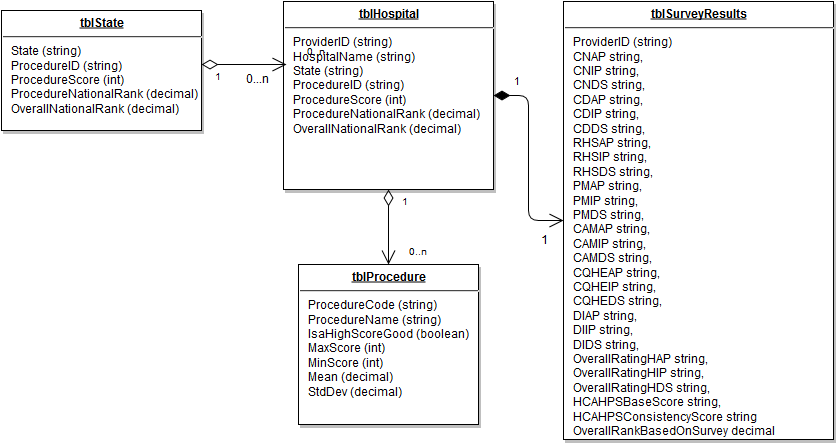
Before: loading_and_modeling/sriram-w205-exercise1_ERD.png, a diagram exported from draw.io (sriramrao1/exercise_1). Source tidied: cells renumbered, new cells last; positions are measured from the earlier drawing's top-left corner, leaving out a move shared by most shapes.
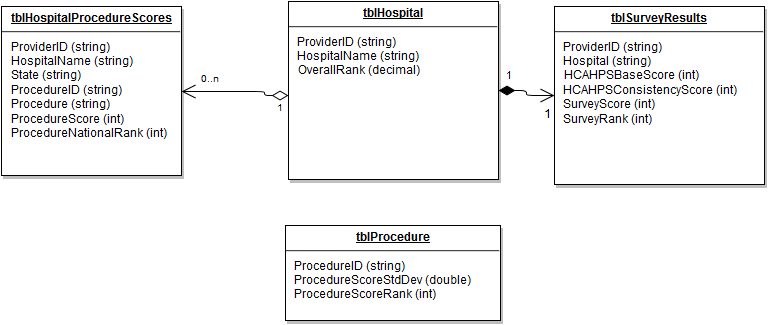
The same diagram one commit later.

The edit, as a diff of the source:
```diff
@@ -2,31 +2,18 @@
   <root>
     <mxCell id="0" style="html=1;" />
     <mxCell id="1" style="html=1;" parent="0" />
-    <mxCell id="2" value="&lt;p style=&quot;margin: 0px ; margin-top: 4px ; text-align: center ; text-decoration: underline&quot;&gt;&lt;strong&gt;tblState&lt;br&gt;&lt;/strong&gt;&lt;/p&gt;&lt;hr&gt;&lt;p style=&quot;margin: 0px ; margin-left: 8px&quot;&gt;State (string)&lt;/p&gt;&lt;p style=&quot;margin: 0px ; margin-left: 8px&quot;&gt;ProcedureID (string)&lt;/p&gt;&lt;p style=&quot;margin: 0px ; margin-left: 8px&quot;&gt;ProcedureScore (int)&lt;/p&gt;&lt;p style=&quot;margin: 0px ; margin-left: 8px&quot;&gt;ProcedureNationalRank (decimal)&lt;/p&gt;&lt;p style=&quot;margin: 0px ; margin-left: 8px&quot;&gt;OverallNationalRank (decimal)&lt;br&gt;&lt;/p&gt;&lt;br&gt;&lt;p&gt;&lt;br&gt;&lt;/p&gt;" style="verticalAlign=top;align=left;overflow=fill;fontSize=12;fontFamily=Helvetica;html=1;strokeColor=#000000;shadow=1;fillColor=#FFFFFF;fontColor=#000000;" parent="1" vertex="1">
-      <mxGeometry y="9" width="200" height="120" as="geometry" />
+    <mxCell id="2" value="&lt;p style=&quot;margin: 0px ; margin-top: 4px ; text-align: center ; text-decoration: underline&quot;&gt;&lt;strong&gt;tblHospitalProcedureScores&lt;br&gt;&lt;/strong&gt;&lt;/p&gt;&lt;hr&gt;&amp;nbsp;&amp;nbsp; ProviderID (string)&lt;br&gt;&amp;nbsp;&amp;nbsp; HospitalName (string)&lt;br&gt;&amp;nbsp;&amp;nbsp; State (string)&lt;br&gt;&amp;nbsp;&amp;nbsp; ProcedureID (string)&lt;br&gt;&amp;nbsp;&amp;nbsp; Procedure (string)&lt;br&gt;&amp;nbsp;&amp;nbsp; ProcedureScore (int)&lt;br&gt;&amp;nbsp;&amp;nbsp; ProcedureNationalRank (int)&lt;br&gt;" style="verticalAlign=top;align=left;overflow=fill;fontSize=12;fontFamily=Helvetica;html=1;strokeColor=#000000;shadow=1;fillColor=#FFFFFF;fontColor=#000000;" parent="1" vertex="1">
+      <mxGeometry x="9" width="180" height="169" as="geometry" />
     </mxCell>
-    <mxCell id="3" value="&lt;p style=&quot;margin: 0px ; margin-top: 4px ; text-align: center ; text-decoration: underline&quot;&gt;&lt;strong&gt;tblSurveyResults&lt;br&gt;&lt;/strong&gt;&lt;/p&gt;&lt;hr&gt;&lt;p style=&quot;margin: 0px ; margin-left: 8px&quot;&gt;ProviderID (string)&lt;/p&gt;&lt;p style=&quot;margin: 0px ; margin-left: 8px&quot;&gt;CNAP string, &lt;br&gt;&lt;/p&gt;&lt;p style=&quot;margin: 0px ; margin-left: 8px&quot;&gt;CNIP string, &lt;br&gt;&lt;/p&gt;&lt;p style=&quot;margin: 0px ; margin-left: 8px&quot;&gt;CNDS string, &lt;br&gt;&lt;/p&gt;&lt;p style=&quot;margin: 0px ; margin-left: 8px&quot;&gt;CDAP string, &lt;br&gt;&lt;/p&gt;&lt;p style=&quot;margin: 0px ; margin-left: 8px&quot;&gt;CDIP string, &lt;br&gt;&lt;/p&gt;&lt;p style=&quot;margin: 0px ; margin-left: 8px&quot;&gt;CDDS string, &lt;br&gt;&lt;/p&gt;&lt;p style=&quot;margin: 0px ; margin-left: 8px&quot;&gt;RHSAP string, &lt;br&gt;&lt;/p&gt;&lt;p style=&quot;margin: 0px ; margin-left: 8px&quot;&gt;RHSIP string, &lt;br&gt;&lt;/p&gt;&lt;p style=&quot;margin: 0px ; margin-left: 8px&quot;&gt;RHSDS string, &lt;br&gt;&lt;/p&gt;&lt;p style=&quot;margin: 0px ; margin-left: 8px&quot;&gt;PMAP string, &lt;br&gt;&lt;/p&gt;&lt;p style=&quot;margin: 0px ; margin-left: 8px&quot;&gt;PMIP string, &lt;br&gt;&lt;/p&gt;&lt;p style=&quot;margin: 0px ; margin-left: 8px&quot;&gt;PMDS string, &lt;br&gt;&lt;/p&gt;&lt;p style=&quot;margin: 0px ; margin-left: 8px&quot;&gt;CAMAP string, &lt;br&gt;&lt;/p&gt;&lt;p style=&quot;margin: 0px ; margin-left: 8px&quot;&gt;CAMIP string, &lt;br&gt;&lt;/p&gt;&lt;p style=&quot;margin: 0px ; margin-left: 8px&quot;&gt;CAMDS string, &lt;br&gt;&lt;/p&gt;&lt;p style=&quot;margin: 0px ; margin-left: 8px&quot;&gt;CQHEAP string, &lt;br&gt;&lt;/p&gt;&lt;p style=&quot;margin: 0px ; margin-left: 8px&quot;&gt;CQHEIP string, &lt;br&gt;&lt;/p&gt;&lt;p style=&quot;margin: 0px ; margin-left: 8px&quot;&gt;CQHEDS string, &lt;br&gt;&lt;/p&gt;&lt;p style=&quot;margin: 0px ; margin-left: 8px&quot;&gt;DIAP string, &lt;br&gt;&lt;/p&gt;&lt;p style=&quot;margin: 0px ; margin-left: 8px&quot;&gt;DIIP string, &lt;br&gt;&lt;/p&gt;&lt;p style=&quot;margin: 0px ; margin-left: 8px&quot;&gt;DIDS string, &lt;br&gt;&lt;/p&gt;&lt;p style=&quot;margin: 0px ; margin-left: 8px&quot;&gt;OverallRatingHAP string, &lt;br&gt;&lt;/p&gt;&lt;p style=&quot;margin: 0px ; margin-left: 8px&quot;&gt;OverallRatingHIP string, &lt;br&gt;&lt;/p&gt;&lt;p style=&quot;margin: 0px ; margin-left: 8px&quot;&gt;OverallRatingHDS string, &lt;br&gt;&lt;/p&gt;&lt;p style=&quot;margin: 0px ; margin-left: 8px&quot;&gt;HCAHPSBaseScore string, &lt;br&gt;&lt;/p&gt;&lt;p style=&quot;margin: 0px ; margin-left: 8px&quot;&gt;HCAHPSConsistencyScore string&lt;/p&gt;&lt;p style=&quot;margin: 0px ; margin-left: 8px&quot;&gt;OverallRankBasedOnSurvey decimal&lt;br&gt;&lt;/p&gt;&lt;p style=&quot;margin: 0px ; margin-left: 8px&quot;&gt;&lt;br&gt;&lt;/p&gt;&lt;p style=&quot;margin: 0px ; margin-left: 8px&quot;&gt;&lt;br&gt;&lt;/p&gt;" style="verticalAlign=top;align=left;overflow=fill;fontSize=12;fontFamily=Helvetica;html=1;strokeColor=#000000;shadow=1;fillColor=#FFFFFF;fontColor=#000000;" parent="1" vertex="1">
-      <mxGeometry x="562" width="270" height="438" as="geometry" />
+    <mxCell id="3" value="&lt;p style=&quot;margin: 0px ; margin-top: 4px ; text-align: center ; text-decoration: underline&quot;&gt;&lt;strong&gt;tblSurveyResults&lt;br&gt;&lt;/strong&gt;&lt;/p&gt;&lt;hr&gt;&lt;p style=&quot;margin: 0px ; margin-left: 8px&quot;&gt;ProviderID (string)&lt;/p&gt;&lt;p style=&quot;margin: 0px ; margin-left: 8px&quot;&gt;Hospital (string)&lt;br&gt;&lt;/p&gt;&amp;nbsp;&amp;nbsp; HCAHPSBaseScore (int)&lt;br&gt;&lt;p style=&quot;margin: 0px ; margin-left: 8px&quot;&gt;HCAHPSConsistencyScore (int)&lt;/p&gt;&lt;p style=&quot;margin: 0px ; margin-left: 8px&quot;&gt;SurveyScore (int)&lt;br&gt;&lt;/p&gt;&lt;p style=&quot;margin: 0px ; margin-left: 8px&quot;&gt;SurveyRank (int)&lt;br&gt;&lt;/p&gt;&lt;p style=&quot;margin: 0px ; margin-left: 8px&quot;&gt;&lt;br&gt;&lt;/p&gt;&lt;p style=&quot;margin: 0px ; margin-left: 8px&quot;&gt;&lt;br&gt;&lt;/p&gt;" style="verticalAlign=top;align=left;overflow=fill;fontSize=12;fontFamily=Helvetica;html=1;strokeColor=#000000;shadow=1;fillColor=#FFFFFF;fontColor=#000000;" parent="1" vertex="1">
+      <mxGeometry x="562" width="210" height="178" as="geometry" />
     </mxCell>
-    <mxCell id="4" value="&lt;p style=&quot;margin: 0px ; margin-top: 4px ; text-align: center ; text-decoration: underline&quot;&gt;&lt;strong&gt;tblProcedure&lt;br&gt;&lt;/strong&gt;&lt;/p&gt;&lt;hr&gt;&lt;p style=&quot;margin: 0px ; margin-left: 8px&quot;&gt;ProcedureCode (string)&lt;br&gt;&lt;/p&gt;&lt;p style=&quot;margin: 0px ; margin-left: 8px&quot;&gt;ProcedureName (string)&lt;br&gt;&lt;/p&gt;&lt;p style=&quot;margin: 0px ; margin-left: 8px&quot;&gt;IsaHighScoreGood (boolean)&lt;br&gt;&lt;/p&gt;&lt;p style=&quot;margin: 0px ; margin-left: 8px&quot;&gt;MaxScore (int)&lt;br&gt;&lt;/p&gt;&lt;p style=&quot;margin: 0px ; margin-left: 8px&quot;&gt;MinScore (int)&lt;br&gt;&lt;/p&gt;&lt;p style=&quot;margin: 0px ; margin-left: 8px&quot;&gt;Mean (decimal)&lt;br&gt;&lt;/p&gt;&lt;p style=&quot;margin: 0px ; margin-left: 8px&quot;&gt;StdDev (decimal)&lt;br&gt;&lt;/p&gt;" style="verticalAlign=top;align=left;overflow=fill;fontSize=12;fontFamily=Helvetica;html=1;strokeColor=#000000;shadow=1;fillColor=#FFFFFF;fontColor=#000000;" parent="1" vertex="1">
-      <mxGeometry x="297" y="263" width="180" height="160" as="geometry" />
+    <mxCell id="4" value="&lt;p style=&quot;margin: 0px ; margin-top: 4px ; text-align: center ; text-decoration: underline&quot;&gt;&lt;strong&gt;tblProcedure&lt;br&gt;&lt;/strong&gt;&lt;/p&gt;&lt;hr&gt;&lt;p style=&quot;margin: 0px ; margin-left: 8px&quot;&gt;ProcedureID (string)&lt;br&gt;&lt;/p&gt;&lt;p style=&quot;margin: 0px ; margin-left: 8px&quot;&gt;ProcedureScoreStdDev (double)&lt;/p&gt;&lt;p style=&quot;margin: 0px ; margin-left: 8px&quot;&gt;ProcedureScoreRank (int)&lt;br&gt;&lt;/p&gt;&lt;br&gt;" style="verticalAlign=top;align=left;overflow=fill;fontSize=12;fontFamily=Helvetica;html=1;strokeColor=#000000;shadow=1;fillColor=#FFFFFF;fontColor=#000000;" parent="1" vertex="1">
+      <mxGeometry x="293" y="219" width="215" height="95" as="geometry" />
     </mxCell>
-    <mxCell id="5" value="&lt;p style=&quot;margin: 0px ; margin-top: 4px ; text-align: center ; text-decoration: underline&quot;&gt;&lt;strong&gt;tblHospital&lt;br&gt;&lt;/strong&gt;&lt;/p&gt;&lt;hr&gt;&lt;p style=&quot;margin: 0px ; margin-left: 8px&quot;&gt;ProviderID (string)&lt;br&gt;&lt;/p&gt;&lt;p style=&quot;margin: 0px ; margin-left: 8px&quot;&gt;HospitalName (string)&lt;br&gt;&lt;/p&gt;&lt;p style=&quot;margin: 0px ; margin-left: 8px&quot;&gt;State (string)&lt;br&gt;&lt;/p&gt;&lt;p style=&quot;margin: 0px ; margin-left: 8px&quot;&gt;ProcedureID (string)&lt;br&gt;&lt;/p&gt;&lt;p style=&quot;margin: 0px ; margin-left: 8px&quot;&gt;ProcedureScore (int)&lt;br&gt;&lt;/p&gt;&lt;p style=&quot;margin: 0px ; margin-left: 8px&quot;&gt;ProcedureNationalRank (decimal)&lt;br&gt;&lt;/p&gt;&lt;p style=&quot;margin: 0px ; margin-left: 8px&quot;&gt;OverallNationalRank (decimal)&lt;br&gt;&lt;br&gt;&lt;/p&gt;" style="verticalAlign=top;align=left;overflow=fill;fontSize=12;fontFamily=Helvetica;html=1;strokeColor=#000000;shadow=1;fillColor=#FFFFFF;fontColor=#000000;" parent="1" vertex="1">
-      <mxGeometry x="282" width="210" height="188" as="geometry" />
+    <mxCell id="5" value="&lt;p style=&quot;margin: 0px ; margin-top: 4px ; text-align: center ; text-decoration: underline&quot;&gt;&lt;strong&gt;tblHospital&lt;br&gt;&lt;/strong&gt;&lt;/p&gt;&lt;hr&gt;&lt;p style=&quot;margin: 0px ; margin-left: 8px&quot;&gt;ProviderID (string)&lt;br&gt;&lt;/p&gt;&lt;p style=&quot;margin: 0px ; margin-left: 8px&quot;&gt;HospitalName (string)&lt;br&gt;&lt;/p&gt;&amp;nbsp;&amp;nbsp; OverallRank (decimal)&lt;br&gt;&lt;p style=&quot;margin: 0px ; margin-left: 8px&quot;&gt;&lt;br&gt;&lt;/p&gt;" style="verticalAlign=top;align=left;overflow=fill;fontSize=12;fontFamily=Helvetica;html=1;strokeColor=#000000;shadow=1;fillColor=#FFFFFF;fontColor=#000000;" parent="1" vertex="1">
+      <mxGeometry x="296" y="-5" width="210" height="178" as="geometry" />
     </mxCell>
-    <mxCell id="6" style="endArrow=open;endSize=12;startArrow=diamondThin;startSize=14;startFill=0;edgeStyle=orthogonalEdgeStyle;html=1;" parent="1" edge="1" source="5" target="4">
-      <mxGeometry x="620" y="340" as="geometry" />
-    </mxCell>
-    <mxCell id="7" value="1" style="align=left;verticalAlign=top;labelBackgroundColor=none;fontSize=10;strokeColor=#003366;shadow=1;fillColor=#D4E1F5;fontColor=#000000;html=1;direction=south;" parent="6" vertex="1">
-      <mxGeometry x="-1" relative="1" as="geometry">
-        <mxPoint x="10" as="offset" />
-      </mxGeometry>
-    </mxCell>
-    <mxCell id="8" value="0..n" style="align=right;verticalAlign=top;labelBackgroundColor=none;fontSize=10;strokeColor=#003366;shadow=1;fillColor=#D4E1F5;fontColor=#000000;html=1;" parent="6" vertex="1">
-      <mxGeometry x="1" relative="1" as="geometry">
-        <mxPoint x="40" y="-25" as="offset" />
-      </mxGeometry>
-    </mxCell>
     <mxCell id="9" value="1" style="endArrow=open;endSize=12;startArrow=diamondThin;startSize=14;startFill=1;edgeStyle=orthogonalEdgeStyle;align=left;verticalAlign=bottom;html=1;labelBackgroundColor=none;exitX=1;exitY=0.5;" parent="1" edge="1" source="5" target="3">
       <mxGeometry x="-0.82" y="5" relative="1" as="geometry" />
     </mxCell>
@@ -35,26 +22,23 @@
         <mxPoint x="-1" y="16" as="offset" />
       </mxGeometry>
     </mxCell>
-    <mxCell id="11" style="endArrow=open;endSize=12;startArrow=diamondThin;startSize=14;startFill=0;edgeStyle=orthogonalEdgeStyle;html=1;entryX=0.014;entryY=0.335;entryPerimeter=0;" parent="1" edge="1" source="2" target="5">
-      <mxGeometry x="630" y="350" as="geometry">
-        <Array as="points">
-          <mxPoint x="162" y="63" />
-          <mxPoint x="162" y="63" />
-        </Array>
-      </mxGeometry>
-    </mxCell>
-    <mxCell id="12" value="1" style="align=left;verticalAlign=top;labelBackgroundColor=none;fontSize=10;strokeColor=#003366;shadow=1;fillColor=#D4E1F5;fontColor=#000000;html=1;direction=south;" parent="11" vertex="1">
-      <mxGeometry x="-1" relative="1" as="geometry">
-        <mxPoint x="10" as="offset" />
-      </mxGeometry>
-    </mxCell>
-    <mxCell id="13" value="0..n" style="align=right;verticalAlign=top;labelBackgroundColor=none;fontSize=10;strokeColor=#003366;shadow=1;fillColor=#D4E1F5;fontColor=#000000;html=1;" parent="11" vertex="1">
-      <mxGeometry x="1" relative="1" as="geometry">
-        <mxPoint x="40" y="-25" as="offset" />
-      </mxGeometry>
-    </mxCell>
-    <mxCell id="14" value="0...n" style="text;html=1;align=left;verticalAlign=top;spacingTop=-4;" parent="1" vertex="1">
-      <mxGeometry x="242" y="69" width="40" height="20" as="geometry" />
-    </mxCell>
+    <mxCell id="15" style="endArrow=open;endSize=12;startArrow=diamondThin;startSize=14;startFill=0;edgeStyle=orthogonalEdgeStyle;html=1;entryX=1;entryY=0.5;" parent="1" edge="1" source="5" target="2">
+      <mxGeometry x="501" y="246" as="geometry">
+        <Array as="points">
+          <mxPoint x="272" y="89" />
+          <mxPoint x="272" y="85" />
+        </Array>
+      </mxGeometry>
+    </mxCell>
+    <mxCell id="16" value="1" style="align=left;verticalAlign=top;labelBackgroundColor=none;fontSize=10;strokeColor=#003366;shadow=1;fillColor=#D4E1F5;fontColor=#000000;html=1;direction=south;" parent="15" vertex="1">
+      <mxGeometry x="-1" relative="1" as="geometry">
+        <mxPoint x="-14" as="offset" />
+      </mxGeometry>
+    </mxCell>
+    <mxCell id="17" value="0..n" style="align=right;verticalAlign=top;labelBackgroundColor=none;fontSize=10;strokeColor=#003366;shadow=1;fillColor=#D4E1F5;fontColor=#000000;html=1;" parent="15" vertex="1">
+      <mxGeometry x="1" relative="1" as="geometry">
+        <mxPoint x="40" y="-25" as="offset" />
+      </mxGeometry>
+    </mxCell>
   </root>
 </mxGraphModel>
```
